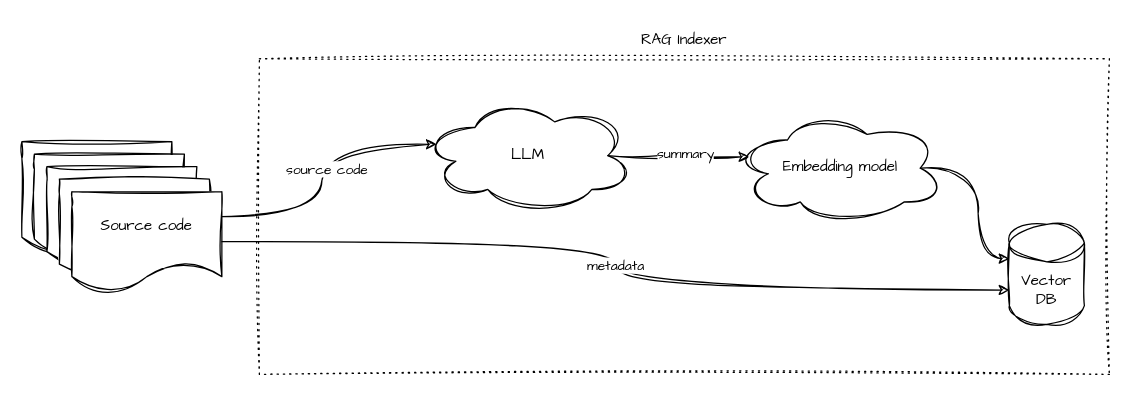
Above: page "Page-2" (2 of 4) of docs/architecture.drawio in adobe-rnd/mystique-cli (draw.io), before the change. Source tidied: cells renumbered, new cells numbered last; positions are measured from the earlier drawing's top-left corner, leaving out a move shared by most shapes. Both pictures are drawn from the tidied source at 125%, with x=0, y=0 at pixel (21, 21).
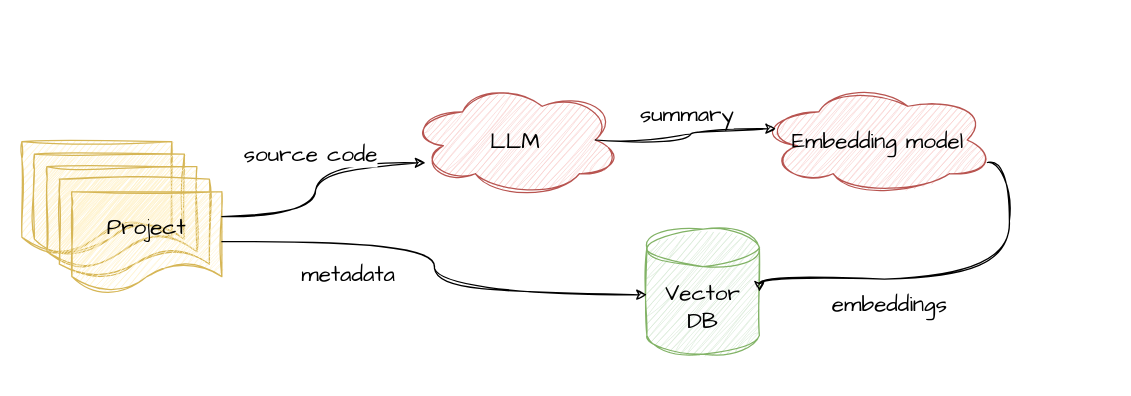
After the change.

Change to the diagram source:
```diff
@@
 <mxGraphModel>
   <root>
     <mxCell id="0" />
     <mxCell id="1" parent="0" />
-    <mxCell id="2" style="rounded=0;whiteSpace=wrap;html=1;sketch=1;hachureGap=4;jiggle=2;curveFitting=1;dashed=1;dashPattern=1 4;align=center;" parent="1" vertex="1">
-      <mxGeometry x="190" y="29.5" width="680" height="252.5" as="geometry" />
-    </mxCell>
-    <mxCell id="3" value="Embedding model" style="ellipse;shape=cloud;whiteSpace=wrap;html=1;sketch=1;hachureGap=4;jiggle=2;curveFitting=1;fontFamily=Architects Daughter;" parent="1" vertex="1">
-      <mxGeometry x="570" y="72" width="170" height="90" as="geometry" />
+    <mxCell id="3" value="Embedding model" style="ellipse;shape=cloud;whiteSpace=wrap;html=1;sketch=1;hachureGap=4;jiggle=2;curveFitting=1;fontFamily=Architects Daughter;fillColor=#f8cecc;strokeColor=#b85450;fontSize=18;" parent="1" vertex="1">
+      <mxGeometry x="590" y="49.5" width="190" height="90" as="geometry" />
     </mxCell>
-    <mxCell id="4" style="shape=document;whiteSpace=wrap;html=1;boundedLbl=1;sketch=1;hachureGap=4;jiggle=2;curveFitting=1;fontFamily=Architects Daughter;" parent="1" vertex="1">
+    <mxCell id="4" style="shape=document;whiteSpace=wrap;html=1;boundedLbl=1;sketch=1;hachureGap=4;jiggle=2;curveFitting=1;fontFamily=Architects Daughter;fillColor=#fff2cc;strokeColor=#d6b656;fontSize=18;" parent="1" vertex="1">
       <mxGeometry y="95.8" width="120" height="90" as="geometry" />
     </mxCell>
-    <mxCell id="5" style="shape=document;whiteSpace=wrap;html=1;boundedLbl=1;sketch=1;hachureGap=4;jiggle=2;curveFitting=1;fontFamily=Architects Daughter;" parent="1" vertex="1">
+    <mxCell id="5" style="shape=document;whiteSpace=wrap;html=1;boundedLbl=1;sketch=1;hachureGap=4;jiggle=2;curveFitting=1;fontFamily=Architects Daughter;fillColor=#fff2cc;strokeColor=#d6b656;fontSize=18;" parent="1" vertex="1">
       <mxGeometry x="10" y="105.8" width="120" height="80" as="geometry" />
     </mxCell>
-    <mxCell id="6" style="shape=document;whiteSpace=wrap;html=1;boundedLbl=1;sketch=1;hachureGap=4;jiggle=2;curveFitting=1;fontFamily=Architects Daughter;" parent="1" vertex="1">
+    <mxCell id="6" style="shape=document;whiteSpace=wrap;html=1;boundedLbl=1;sketch=1;hachureGap=4;jiggle=2;curveFitting=1;fontFamily=Architects Daughter;fillColor=#fff2cc;strokeColor=#d6b656;fontSize=18;" parent="1" vertex="1">
       <mxGeometry x="20" y="115.8" width="120" height="80" as="geometry" />
     </mxCell>
-    <mxCell id="7" style="shape=document;whiteSpace=wrap;html=1;boundedLbl=1;sketch=1;hachureGap=4;jiggle=2;curveFitting=1;fontFamily=Architects Daughter;" parent="1" vertex="1">
+    <mxCell id="7" style="shape=document;whiteSpace=wrap;html=1;boundedLbl=1;sketch=1;hachureGap=4;jiggle=2;curveFitting=1;fontFamily=Architects Daughter;fillColor=#fff2cc;strokeColor=#d6b656;fontSize=18;" parent="1" vertex="1">
       <mxGeometry x="30" y="125.8" width="120" height="80" as="geometry" />
     </mxCell>
-    <mxCell id="8" value="Source code" style="shape=document;whiteSpace=wrap;html=1;boundedLbl=1;sketch=1;hachureGap=4;jiggle=2;curveFitting=1;fontFamily=Architects Daughter;" parent="1" vertex="1">
+    <mxCell id="8" value="Project" style="shape=document;whiteSpace=wrap;html=1;boundedLbl=1;sketch=1;hachureGap=4;jiggle=2;curveFitting=1;fontFamily=Architects Daughter;fillColor=#fff2cc;strokeColor=#d6b656;fontSize=18;" parent="1" vertex="1">
       <mxGeometry x="40" y="135.8" width="120" height="80" as="geometry" />
     </mxCell>
-    <mxCell id="9" value="LLM" style="ellipse;shape=cloud;whiteSpace=wrap;html=1;sketch=1;hachureGap=4;jiggle=2;curveFitting=1;fontFamily=Architects Daughter;" parent="1" vertex="1">
-      <mxGeometry x="320" y="62" width="170" height="90" as="geometry" />
+    <mxCell id="9" value="LLM" style="ellipse;shape=cloud;whiteSpace=wrap;html=1;sketch=1;hachureGap=4;jiggle=2;curveFitting=1;fontFamily=Architects Daughter;fillColor=#f8cecc;strokeColor=#b85450;fontSize=18;" parent="1" vertex="1">
+      <mxGeometry x="310" y="49.5" width="170" height="90" as="geometry" />
     </mxCell>
-    <mxCell id="10" style="edgeStyle=orthogonalEdgeStyle;rounded=0;sketch=1;hachureGap=4;jiggle=2;curveFitting=1;jettySize=auto;html=1;exitX=0.875;exitY=0.5;exitDx=0;exitDy=0;exitPerimeter=0;entryX=0.07;entryY=0.4;entryDx=0;entryDy=0;entryPerimeter=0;fontFamily=Architects Daughter;curved=1;" parent="1" edge="1" source="9" target="3">
+    <mxCell id="10" style="edgeStyle=orthogonalEdgeStyle;rounded=0;sketch=1;hachureGap=4;jiggle=2;curveFitting=1;jettySize=auto;html=1;exitX=0.875;exitY=0.5;exitDx=0;exitDy=0;exitPerimeter=0;entryX=0.07;entryY=0.4;entryDx=0;entryDy=0;entryPerimeter=0;fontFamily=Architects Daughter;curved=1;fontSize=18;" parent="1" edge="1" source="9" target="3">
       <mxGeometry relative="1" as="geometry" />
     </mxCell>
-    <mxCell id="11" value="summary" style="edgeLabel;html=1;align=center;verticalAlign=middle;sketch=1;hachureGap=4;jiggle=2;curveFitting=1;fontFamily=Architects Daughter;" parent="10" vertex="1">
+    <mxCell id="11" value="summary" style="edgeLabel;html=1;align=center;verticalAlign=bottom;sketch=1;hachureGap=4;jiggle=2;curveFitting=1;fontFamily=Architects Daughter;labelPosition=center;verticalLabelPosition=top;fontSize=18;" parent="10" vertex="1">
       <mxGeometry x="0.1" y="4" relative="1" as="geometry" />
     </mxCell>
-    <mxCell id="12" value="Vector DB" style="shape=cylinder3;whiteSpace=wrap;html=1;boundedLbl=1;backgroundOutline=1;size=15;sketch=1;hachureGap=4;jiggle=2;curveFitting=1;fontFamily=Architects Daughter;" parent="1" vertex="1">
-      <mxGeometry x="790" y="162" width="60" height="80" as="geometry" />
+    <mxCell id="12" value="Vector DB" style="shape=cylinder3;whiteSpace=wrap;html=1;boundedLbl=1;backgroundOutline=1;size=15;sketch=1;hachureGap=4;jiggle=2;curveFitting=1;fontFamily=Architects Daughter;fillColor=#d5e8d4;strokeColor=#82b366;fontSize=18;" parent="1" vertex="1">
+      <mxGeometry x="500" y="165.8" width="90" height="100" as="geometry" />
     </mxCell>
-    <mxCell id="13" style="edgeStyle=orthogonalEdgeStyle;rounded=0;sketch=1;hachureGap=4;jiggle=2;curveFitting=1;jettySize=auto;html=1;exitX=0.875;exitY=0.5;exitDx=0;exitDy=0;exitPerimeter=0;entryX=0;entryY=0;entryDx=0;entryDy=27.5;entryPerimeter=0;fontFamily=Architects Daughter;curved=1;" parent="1" edge="1" source="3" target="12">
-      <mxGeometry relative="1" as="geometry" />
+    <mxCell id="13" style="edgeStyle=orthogonalEdgeStyle;rounded=0;hachureGap=4;jettySize=auto;html=1;exitX=0.96;exitY=0.7;exitDx=0;exitDy=0;exitPerimeter=0;entryX=1;entryY=0.5;entryDx=0;entryDy=0;entryPerimeter=0;fontFamily=Architects Daughter;curved=1;labelPosition=center;verticalLabelPosition=top;align=center;verticalAlign=bottom;fontSize=18;sketch=1;curveFitting=1;jiggle=2;" parent="1" edge="1" source="3" target="12">
+      <mxGeometry relative="1" as="geometry">
+        <Array as="points">
+          <mxPoint x="790" y="112.8" />
+          <mxPoint x="790" y="205.8" />
+        </Array>
+      </mxGeometry>
     </mxCell>
+    <mxCell id="18" value="embeddings" style="edgeLabel;html=1;align=center;verticalAlign=middle;fontSize=18;fontFamily=Architects Daughter;" parent="13" vertex="1">
+      <mxGeometry x="0.23" y="-3" relative="1" as="geometry">
+        <mxPoint x="-10" y="23" as="offset" />
+      </mxGeometry>
+    </mxCell>
-    <mxCell id="14" style="edgeStyle=orthogonalEdgeStyle;rounded=0;sketch=1;hachureGap=4;jiggle=2;curveFitting=1;jettySize=auto;html=1;exitX=1;exitY=0.25;exitDx=0;exitDy=0;entryX=0.07;entryY=0.4;entryDx=0;entryDy=0;entryPerimeter=0;fontFamily=Architects Daughter;curved=1;" parent="1" edge="1" source="8" target="9">
+    <mxCell id="14" style="edgeStyle=orthogonalEdgeStyle;rounded=0;sketch=1;hachureGap=4;jiggle=2;curveFitting=1;jettySize=auto;html=1;exitX=1;exitY=0.25;exitDx=0;exitDy=0;entryX=0.076;entryY=0.703;entryDx=0;entryDy=0;entryPerimeter=0;fontFamily=Architects Daughter;curved=1;labelPosition=center;verticalLabelPosition=top;align=center;verticalAlign=bottom;fontSize=18;" parent="1" edge="1" source="8" target="9">
       <mxGeometry relative="1" as="geometry" />
     </mxCell>
-    <mxCell id="15" value="source code" style="edgeLabel;html=1;align=center;verticalAlign=middle;sketch=1;hachureGap=4;jiggle=2;curveFitting=1;fontFamily=Architects Daughter;" parent="14" vertex="1">
-      <mxGeometry x="0.03" y="-3" relative="1" as="geometry" />
+    <mxCell id="15" value="source code" style="edgeLabel;html=1;align=center;verticalAlign=middle;sketch=1;hachureGap=4;jiggle=2;curveFitting=1;fontFamily=Architects Daughter;fontSize=18;" parent="14" vertex="1">
+      <mxGeometry x="0.03" y="-3" relative="1" as="geometry">
+        <mxPoint x="-8" y="-19" as="offset" />
+      </mxGeometry>
     </mxCell>
-    <mxCell id="16" value="metadata" style="edgeStyle=orthogonalEdgeStyle;rounded=0;sketch=1;hachureGap=4;jiggle=2;curveFitting=1;jettySize=auto;html=1;exitX=1;exitY=0.5;exitDx=0;exitDy=0;entryX=0;entryY=0;entryDx=0;entryDy=52.5;entryPerimeter=0;fontFamily=Architects Daughter;curved=1;" parent="1" edge="1" source="8" target="12">
-      <mxGeometry relative="1" as="geometry" />
+    <mxCell id="16" value="metadata" style="edgeStyle=orthogonalEdgeStyle;rounded=0;sketch=1;hachureGap=4;jiggle=2;curveFitting=1;jettySize=auto;html=1;exitX=1;exitY=0.5;exitDx=0;exitDy=0;entryX=0;entryY=0;entryDx=0;entryDy=52.5;entryPerimeter=0;fontFamily=Architects Daughter;curved=1;labelPosition=center;verticalLabelPosition=top;align=center;verticalAlign=bottom;fontSize=18;" parent="1" edge="1" source="8" target="12">
+      <mxGeometry x="-0.47" y="-40" relative="1" as="geometry" />
     </mxCell>
-    <mxCell id="17" value="RAG Indexer" style="text;html=1;align=center;verticalAlign=middle;whiteSpace=wrap;rounded=0;fontFamily=Architects Daughter;" parent="1" vertex="1">
-      <mxGeometry x="470" y="-0.5" width="120" height="30" as="geometry" />
-    </mxCell>
   </root>
 </mxGraphModel>
```
